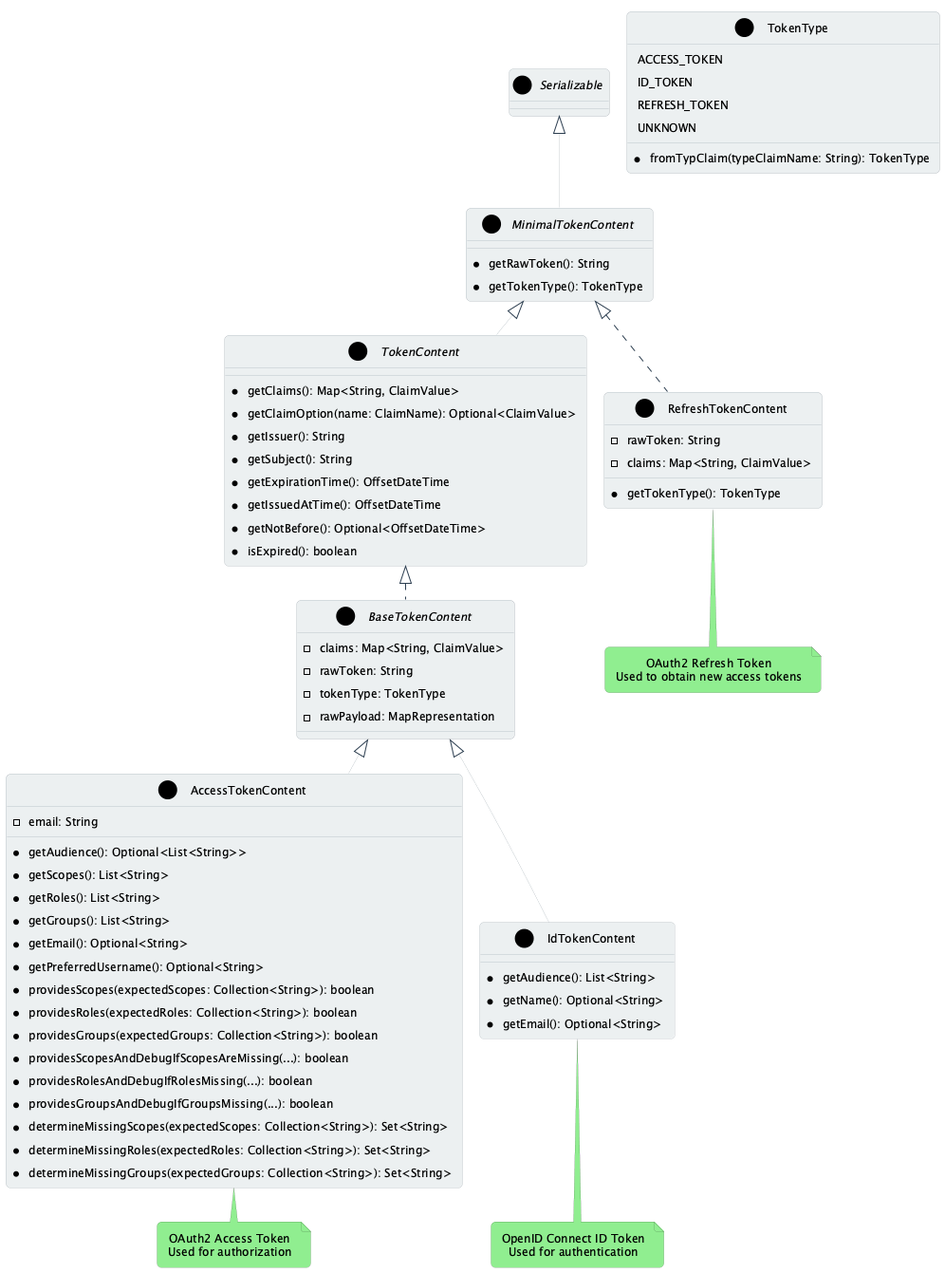
Earlier version of the PlantUML export doc/plantuml/token-types.png (cuioss/cui-jwt).
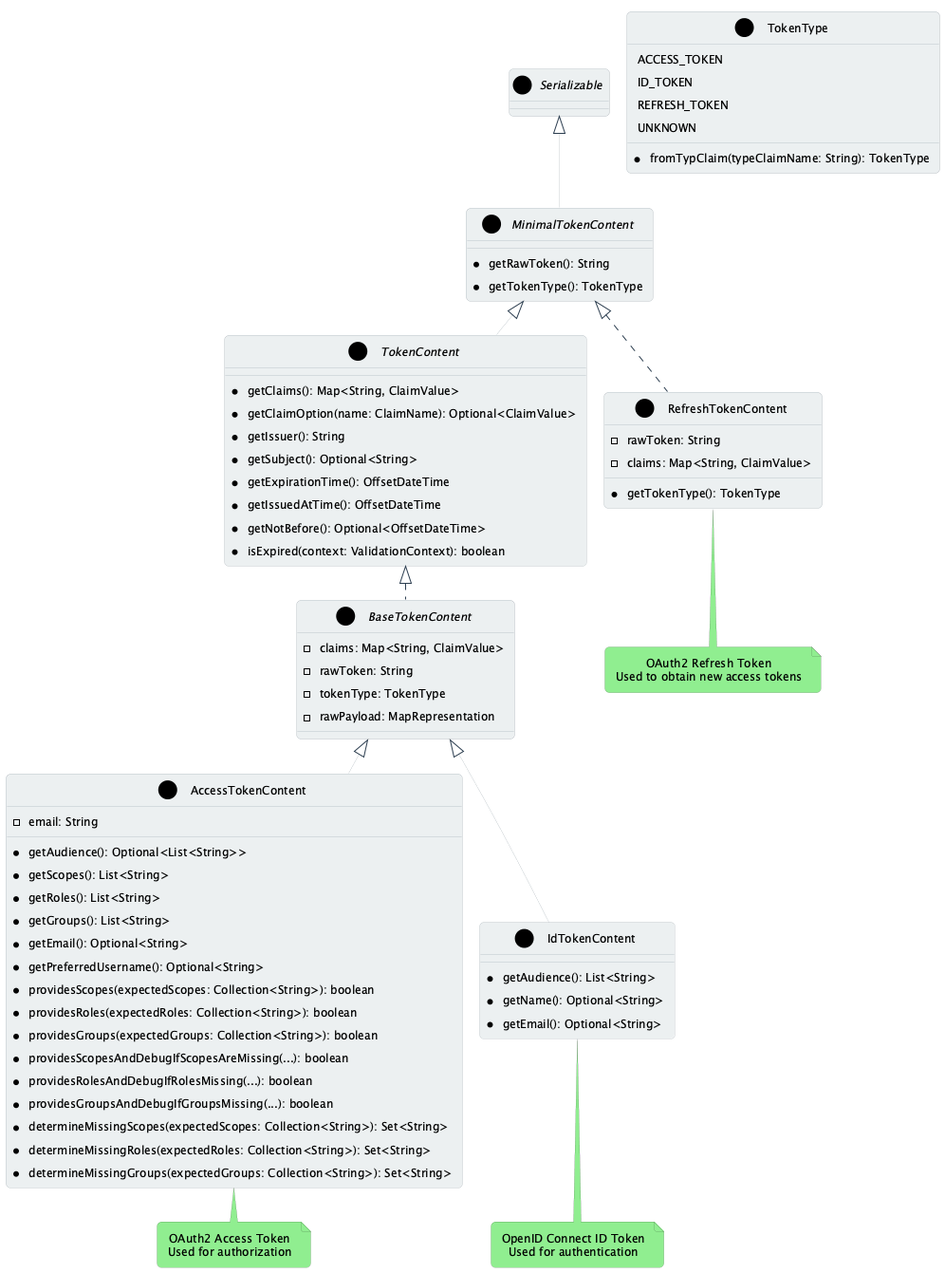
After the change.

Commit message:
docs: Update PlantUML diagrams to reflect in-memory storage and correct method signatures

What changed in the source:
```diff
@@ -13,11 +13,11 @@
   +getClaims(): Map<String, ClaimValue>
   +getClaimOption(name: ClaimName): Optional<ClaimValue>
   +getIssuer(): String
-  +getSubject(): String
+  +getSubject(): Optional<String>
   +getExpirationTime(): OffsetDateTime
   +getIssuedAtTime(): OffsetDateTime
   +getNotBefore(): Optional<OffsetDateTime>
-  +isExpired(): boolean
+  +isExpired(context: ValidationContext): boolean
 }
 
 abstract class "BaseTokenContent" as BaseTokenContent {
```
